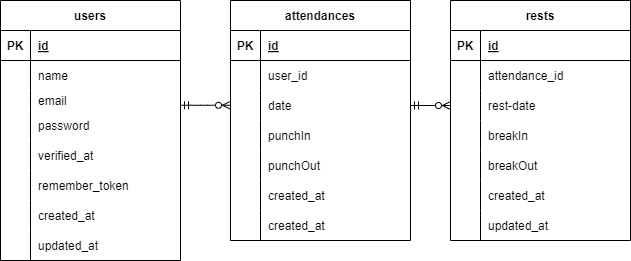
Before: src/attendance.drawio.png, a diagram exported from draw.io (eto0831/attendance-2). Source tidied: cells renumbered, new cells last; positions are measured from the earlier drawing's top-left corner, leaving out a move shared by most shapes.
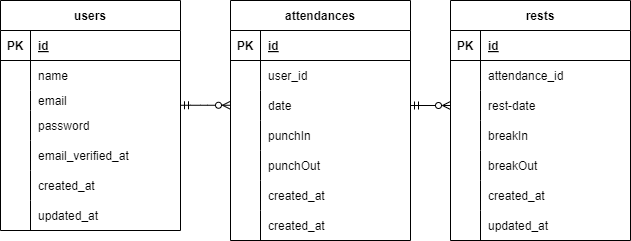
Later version of the same file.

Diff of the diagram source:
```diff
@@ -3,7 +3,7 @@
     <mxCell id="0" />
     <mxCell id="1" parent="0" />
     <mxCell id="2" value="users" style="shape=table;startSize=30;rowLines=0;fontStyle=1;align=center;" parent="1" vertex="1">
-      <mxGeometry width="180" height="260" as="geometry" />
+      <mxGeometry width="180" height="230" as="geometry" />
     </mxCell>
     <mxCell id="3" style="shape=tableRow;horizontal=0;startSize=0;swimlaneHead=0;swimlaneBody=0;fillColor=none;top=0;left=0;right=0;bottom=1;" parent="2" vertex="1">
       <mxGeometry y="30" width="180" height="30" as="geometry" />
@@ -47,20 +47,11 @@
     <mxCell id="16" style="shape=partialRectangle;fillColor=none;top=0;left=0;bottom=0;right=0;overflow=hidden;" parent="15" vertex="1">
       <mxGeometry width="30" height="30" as="geometry" />
     </mxCell>
-    <mxCell id="17" value="verified_at" style="shape=partialRectangle;fillColor=none;top=0;left=0;bottom=0;right=0;align=left;spacingLeft=6;overflow=hidden;" parent="15" vertex="1">
+    <mxCell id="17" value="email_verified_at" style="shape=partialRectangle;fillColor=none;top=0;left=0;bottom=0;right=0;align=left;spacingLeft=6;overflow=hidden;" parent="15" vertex="1">
       <mxGeometry x="30" width="150" height="30" as="geometry" />
     </mxCell>
-    <mxCell id="18" style="shape=tableRow;horizontal=0;startSize=0;swimlaneHead=0;swimlaneBody=0;fillColor=none;top=0;left=0;right=0;bottom=0;" parent="2" vertex="1">
-      <mxGeometry y="170" width="180" height="30" as="geometry" />
-    </mxCell>
-    <mxCell id="19" style="shape=partialRectangle;fillColor=none;top=0;left=0;bottom=0;right=0;overflow=hidden;" parent="18" vertex="1">
-      <mxGeometry width="30" height="30" as="geometry" />
-    </mxCell>
-    <mxCell id="20" value="remember_token" style="shape=partialRectangle;fillColor=none;top=0;left=0;bottom=0;right=0;align=left;spacingLeft=6;overflow=hidden;" parent="18" vertex="1">
-      <mxGeometry x="30" width="150" height="30" as="geometry" />
-    </mxCell>
     <mxCell id="21" style="shape=tableRow;horizontal=0;startSize=0;swimlaneHead=0;swimlaneBody=0;fillColor=none;top=0;left=0;right=0;bottom=0;" parent="2" vertex="1">
-      <mxGeometry y="200" width="180" height="30" as="geometry" />
+      <mxGeometry y="170" width="180" height="30" as="geometry" />
     </mxCell>
     <mxCell id="22" style="shape=partialRectangle;fillColor=none;top=0;left=0;bottom=0;right=0;overflow=hidden;" parent="21" vertex="1">
       <mxGeometry width="30" height="30" as="geometry" />
@@ -69,7 +60,7 @@
       <mxGeometry x="30" width="150" height="30" as="geometry" />
     </mxCell>
     <mxCell id="24" style="shape=tableRow;horizontal=0;startSize=0;swimlaneHead=0;swimlaneBody=0;fillColor=none;top=0;left=0;right=0;bottom=0;" parent="2" vertex="1">
-      <mxGeometry y="230" width="180" height="30" as="geometry" />
+      <mxGeometry y="200" width="180" height="30" as="geometry" />
     </mxCell>
     <mxCell id="25" style="shape=partialRectangle;fillColor=none;top=0;left=0;bottom=0;right=0;overflow=hidden;" parent="24" vertex="1">
       <mxGeometry width="30" height="30" as="geometry" />
```
